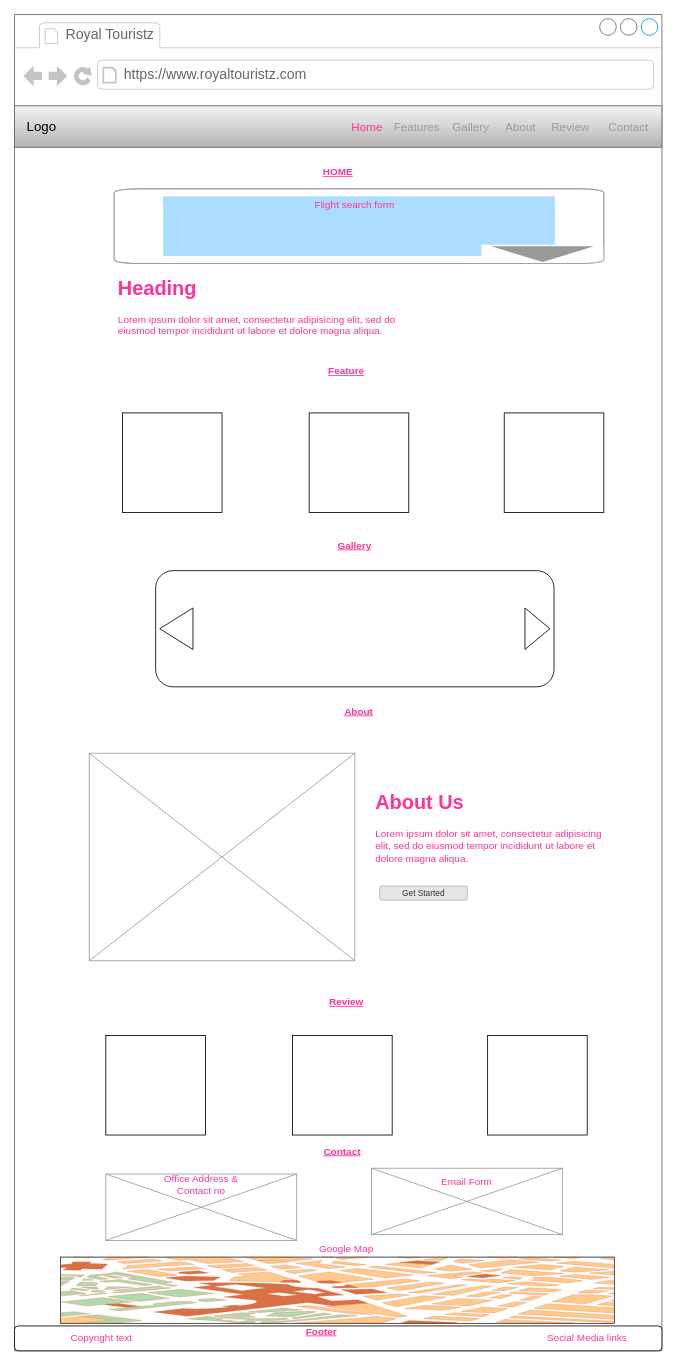
Above: page "index.html (Webpage)" (1 of 4) of assets/docs/milestone project 02.drawio in atiqbeenrahim/milestone-project-02 (draw.io), before the change. Source tidied: cells renumbered, new cells numbered last; positions are measured from the earlier drawing's top-left corner, leaving out a move shared by most shapes. Both pictures are drawn from the tidied source at 83%, with x=0, y=0 at pixel (14, 14).
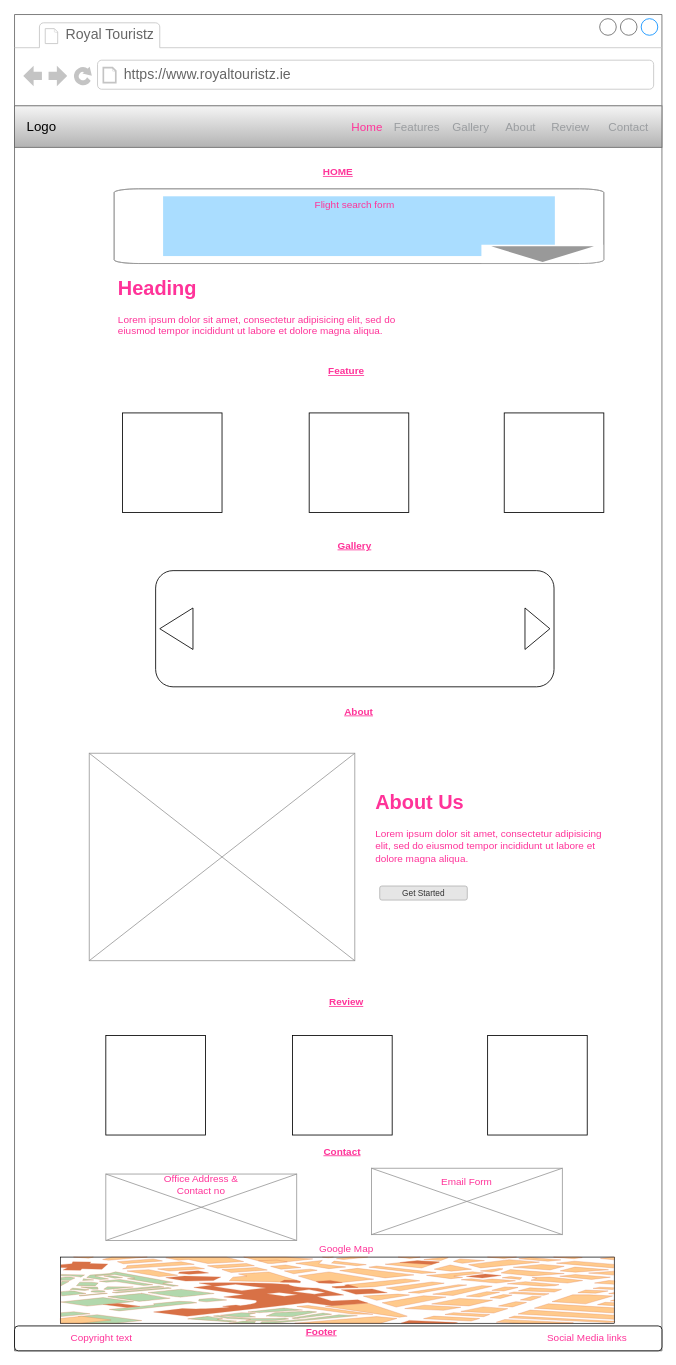
The same diagram, later.

The change refers to these unchanged cells:
```xml
<mxCell id="2" style="strokeWidth=1;shadow=0;dashed=0;align=center;html=1;shape=mxgraph.mockup.containers.browserWindow;rSize=0;strokeColor=#666666;strokeColor2=#008cff;strokeColor3=#c4c4c4;mainText=,;" parent="1" vertex="1">
  <mxGeometry width="780" height="1610" as="geometry" />
</mxCell>
```

Change to the diagram source:
```diff
@@
-    <mxCell id="4" value="https://www.royaltouristz.com" style="strokeWidth=1;shadow=0;dashed=0;align=center;html=1;shape=mxgraph.mockup.containers.anchor;rSize=0;fontSize=17;fontColor=#666666;align=left;" parent="2" vertex="1">
+    <mxCell id="4" value="https://www.royaltouristz.ie" style="strokeWidth=1;shadow=0;dashed=0;align=center;html=1;shape=mxgraph.mockup.containers.anchor;rSize=0;fontSize=17;fontColor=#666666;align=left;" parent="2" vertex="1">
       <mxGeometry x="130" y="60" width="250" height="26" as="geometry" />
     </mxCell>
```
